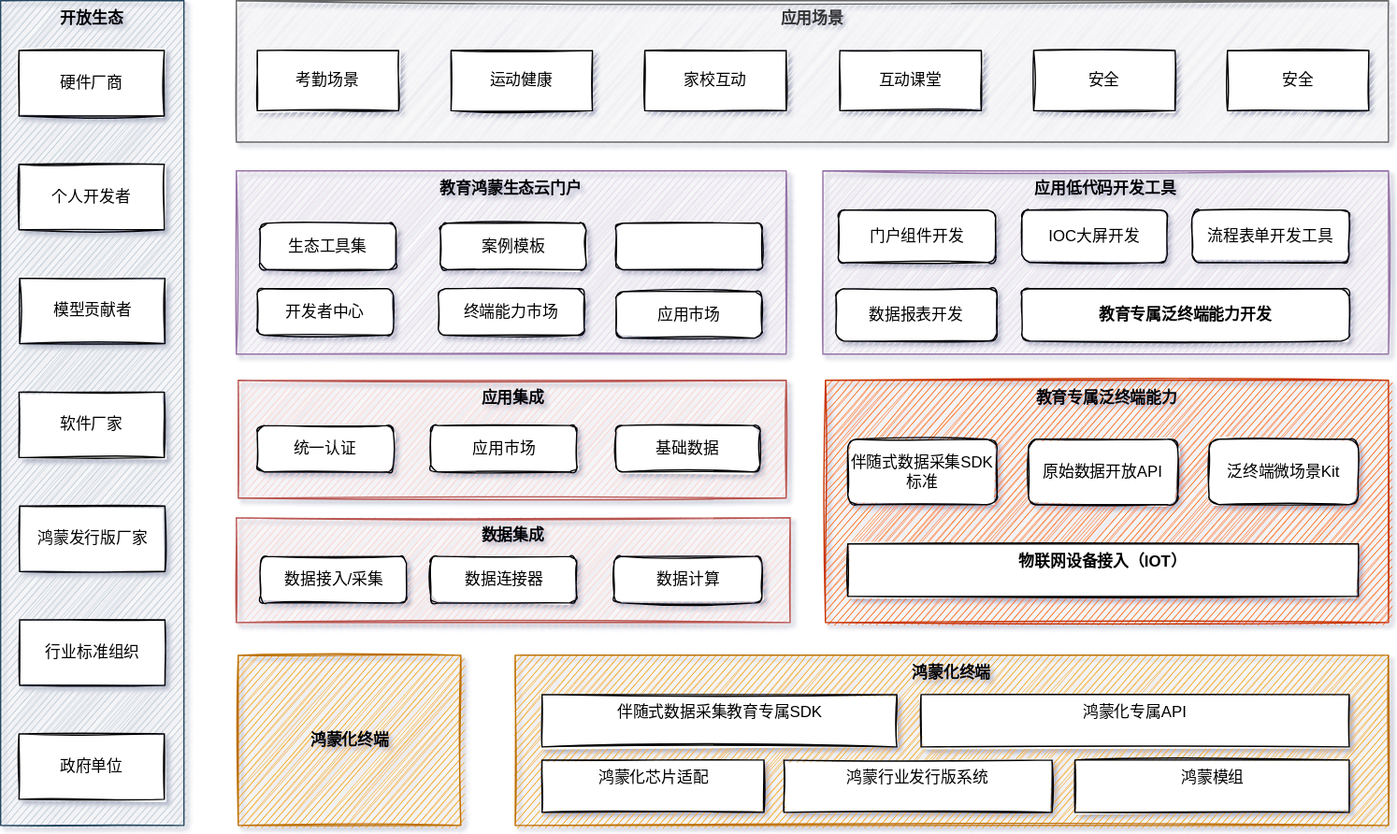
The draw.io diagram docs/05_product/drawio/鸿蒙教育产品整体架构规划.drawio.svg in mnzhouguo/zgdoc_management2, before a commit. Source tidied: cells renumbered, new cells last; positions are measured from the earlier drawing's top-left corner, leaving out a move shared by most shapes.
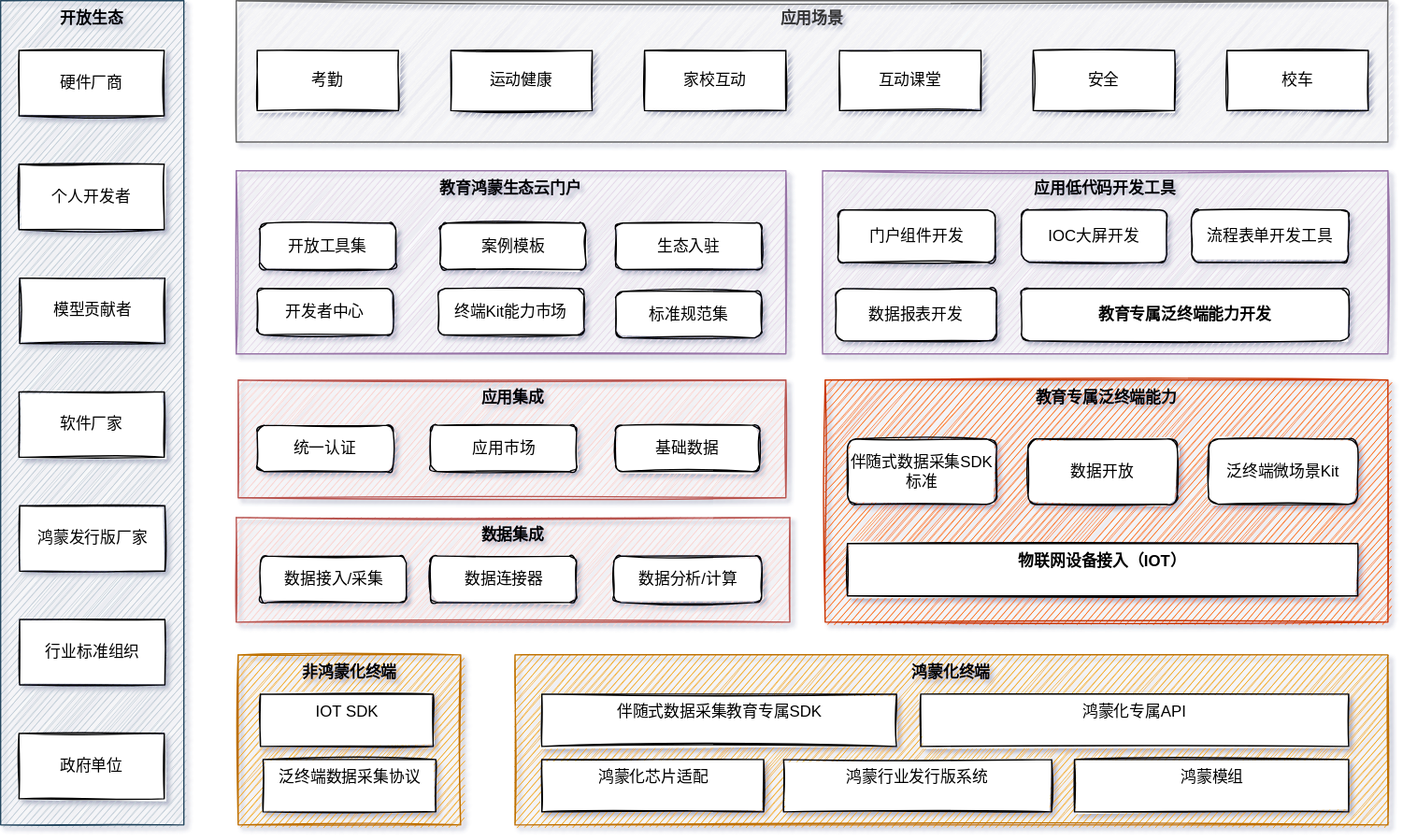
After the commit.

Commit message:
提交鸿蒙产品规划

Change to the diagram source:
```diff
@@ -20,7 +20,7 @@
     <mxCell id="7" value="应用低代码开发工具" style="rounded=0;whiteSpace=wrap;html=1;sketch=1;verticalAlign=top;fontStyle=1;fillColor=#e1d5e7;strokeColor=#9673a6;" parent="1" vertex="1">
       <mxGeometry x="628" y="130" width="432" height="140" as="geometry" />
     </mxCell>
-    <mxCell id="8" value="考勤场景" style="rounded=0;whiteSpace=wrap;html=1;sketch=1;" parent="1" vertex="1">
+    <mxCell id="8" value="考勤" style="rounded=0;whiteSpace=wrap;html=1;sketch=1;" parent="1" vertex="1">
       <mxGeometry x="196" y="38" width="108" height="46" as="geometry" />
     </mxCell>
     <mxCell id="9" value="开放生态" style="rounded=0;whiteSpace=wrap;html=1;sketch=1;verticalAlign=top;fontStyle=1;fillColor=#bac8d3;strokeColor=#23445d;" parent="1" vertex="1">
@@ -47,7 +47,7 @@
     <mxCell id="16" value="家校互动" style="rounded=0;whiteSpace=wrap;html=1;sketch=1;" parent="1" vertex="1">
       <mxGeometry x="492" y="38" width="108" height="46" as="geometry" />
     </mxCell>
-    <mxCell id="17" value="原始数据开放API" style="rounded=1;whiteSpace=wrap;html=1;sketch=1;" parent="1" vertex="1">
+    <mxCell id="17" value="数据开放" style="rounded=1;whiteSpace=wrap;html=1;sketch=1;" parent="1" vertex="1">
       <mxGeometry x="785" y="335" width="114" height="50" as="geometry" />
     </mxCell>
     <mxCell id="18" value="泛终端微场景Kit" style="rounded=1;whiteSpace=wrap;html=1;sketch=1;" parent="1" vertex="1">
@@ -89,7 +89,7 @@
     <mxCell id="30" value="数据集成" style="rounded=0;whiteSpace=wrap;html=1;sketch=1;verticalAlign=top;fontStyle=1;fillColor=#f8cecc;strokeColor=#b85450;" parent="1" vertex="1">
       <mxGeometry x="180" y="395" width="423" height="80" as="geometry" />
     </mxCell>
-    <mxCell id="31" value="安全" style="rounded=0;whiteSpace=wrap;html=1;sketch=1;" parent="1" vertex="1">
+    <mxCell id="31" value="校车" style="rounded=0;whiteSpace=wrap;html=1;sketch=1;" parent="1" vertex="1">
       <mxGeometry x="937" y="38" width="108" height="46" as="geometry" />
     </mxCell>
     <mxCell id="32" value="应用市场" style="rounded=1;whiteSpace=wrap;html=1;sketch=1;" parent="1" vertex="1">
@@ -107,7 +107,7 @@
     <mxCell id="36" value="数据连接器" style="rounded=1;whiteSpace=wrap;html=1;sketch=1;" parent="1" vertex="1">
       <mxGeometry x="328.5" y="424.5" width="111.5" height="35.5" as="geometry" />
     </mxCell>
-    <mxCell id="37" value="数据计算" style="rounded=1;whiteSpace=wrap;html=1;sketch=1;" parent="1" vertex="1">
+    <mxCell id="37" value="数据分析/计算" style="rounded=1;whiteSpace=wrap;html=1;sketch=1;" parent="1" vertex="1">
       <mxGeometry x="468.5" y="424.5" width="113" height="35.5" as="geometry" />
     </mxCell>
     <mxCell id="38" value="伴随式数据采集教育专属SDK" style="rounded=0;whiteSpace=wrap;html=1;sketch=1;verticalAlign=top;fontStyle=0;" parent="1" vertex="1">
@@ -125,26 +125,32 @@
     <mxCell id="42" value="鸿蒙模组" style="rounded=0;whiteSpace=wrap;html=1;sketch=1;verticalAlign=top;fontStyle=0;" parent="1" vertex="1">
       <mxGeometry x="820.5" y="580" width="209.5" height="40" as="geometry" />
     </mxCell>
-    <mxCell id="43" value="生态工具集" style="rounded=1;whiteSpace=wrap;html=1;sketch=1;" parent="1" vertex="1">
+    <mxCell id="43" value="开放工具集" style="rounded=1;whiteSpace=wrap;html=1;sketch=1;" parent="1" vertex="1">
       <mxGeometry x="198" y="170" width="104" height="35.5" as="geometry" />
     </mxCell>
     <mxCell id="44" value="案例模板" style="rounded=1;whiteSpace=wrap;html=1;sketch=1;" parent="1" vertex="1">
       <mxGeometry x="335.8" y="170" width="111.5" height="35.5" as="geometry" />
     </mxCell>
-    <mxCell id="45" style="rounded=1;whiteSpace=wrap;html=1;sketch=1;" parent="1" vertex="1">
+    <mxCell id="45" value="生态入驻" style="rounded=1;whiteSpace=wrap;html=1;sketch=1;" parent="1" vertex="1">
       <mxGeometry x="470" y="170" width="111.5" height="35.5" as="geometry" />
     </mxCell>
     <mxCell id="46" value="开发者中心" style="rounded=1;whiteSpace=wrap;html=1;sketch=1;" parent="1" vertex="1">
       <mxGeometry x="196" y="220" width="104" height="35.5" as="geometry" />
     </mxCell>
-    <mxCell id="47" value="终端能力市场" style="rounded=1;whiteSpace=wrap;html=1;sketch=1;" parent="1" vertex="1">
+    <mxCell id="47" value="终端Kit能力市场" style="rounded=1;whiteSpace=wrap;html=1;sketch=1;" parent="1" vertex="1">
       <mxGeometry x="334.2" y="220" width="111.5" height="35.5" as="geometry" />
     </mxCell>
-    <mxCell id="48" value="应用市场" style="rounded=1;whiteSpace=wrap;html=1;sketch=1;" parent="1" vertex="1">
+    <mxCell id="48" value="标准规范集" style="rounded=1;whiteSpace=wrap;html=1;sketch=1;" parent="1" vertex="1">
       <mxGeometry x="470" y="222.2" width="111.5" height="35.5" as="geometry" />
     </mxCell>
-    <mxCell id="49" value="鸿蒙化终端" style="rounded=0;whiteSpace=wrap;html=1;sketch=1;fontStyle=1;verticalAlign=middle;fillColor=#f0a30a;strokeColor=#BD7000;fontColor=#000000;" parent="1" vertex="1">
+    <mxCell id="49" value="非鸿蒙化终端" style="rounded=0;whiteSpace=wrap;html=1;sketch=1;fontStyle=1;verticalAlign=top;fillColor=#f0a30a;strokeColor=#BD7000;fontColor=#000000;" parent="1" vertex="1">
       <mxGeometry x="181.5" y="500" width="170" height="130" as="geometry" />
     </mxCell>
+    <mxCell id="50" value="IOT SDK" style="rounded=0;whiteSpace=wrap;html=1;sketch=1;verticalAlign=top;fontStyle=0;" parent="1" vertex="1">
+      <mxGeometry x="198.5" y="530" width="132" height="40" as="geometry" />
+    </mxCell>
+    <mxCell id="51" value="泛终端数据采集协议" style="rounded=0;whiteSpace=wrap;html=1;sketch=1;verticalAlign=top;fontStyle=0;" parent="1" vertex="1">
+      <mxGeometry x="200.5" y="580" width="132" height="40" as="geometry" />
+    </mxCell>
   </root>
 </mxGraphModel>
```
